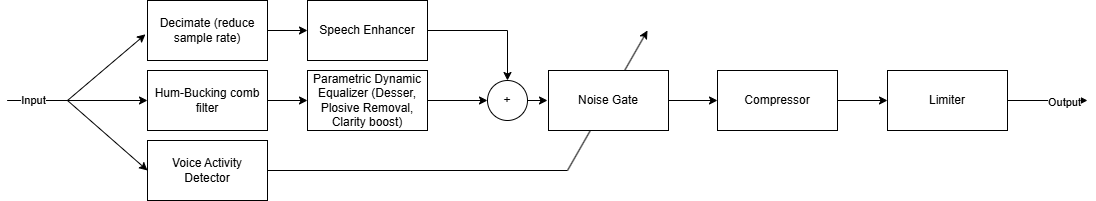
Above: photos/Suite Talk Block Diagram.png in bakerbass/Suite-Talk (draw.io), before the change. Source tidied: cells renumbered, new cells last; positions are measured from the earlier drawing's top-left corner, leaving out a move shared by most shapes.
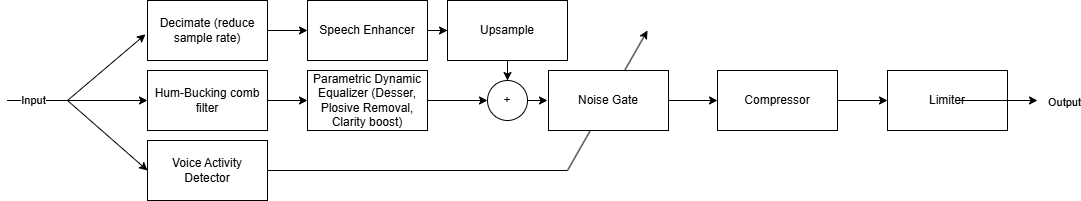
Later version of the same file.

Change to the diagram source:
```diff
@@ -50,9 +50,9 @@
     <mxCell id="11" value="Decimate (reduce sample rate)" style="rounded=0;whiteSpace=wrap;html=1;" parent="1" vertex="1">
       <mxGeometry x="140" width="120" height="60" as="geometry" />
     </mxCell>
-    <mxCell id="12" style="edgeStyle=orthogonalEdgeStyle;rounded=0;jettySize=auto;html=1;exitX=1;exitY=0.5;exitDx=0;exitDy=0;entryX=0.5;entryY=0;entryDx=0;entryDy=0;" parent="1" edge="1" source="13" target="17">
-      <mxGeometry relative="1" as="geometry" />
-    </mxCell>
+    <mxCell id="26" style="edgeStyle=orthogonalEdgeStyle;rounded=0;jettySize=auto;html=1;" parent="1" edge="1" source="13" target="28">
+      <mxGeometry relative="1" as="geometry" />
+    </mxCell>
     <mxCell id="13" value="Speech Enhancer" style="rounded=0;whiteSpace=wrap;html=1;" parent="1" vertex="1">
       <mxGeometry x="300" width="120" height="60" as="geometry" />
     </mxCell>
@@ -62,8 +62,9 @@
     <mxCell id="15" value="Parametric Dynamic Equalizer (Desser, Plosive Removal, Clarity boost)" style="rounded=0;whiteSpace=wrap;html=1;" parent="1" vertex="1">
       <mxGeometry x="300" y="70" width="120" height="60" as="geometry" />
     </mxCell>
-    <mxCell id="16" style="edgeStyle=orthogonalEdgeStyle;rounded=0;jettySize=auto;html=1;" parent="1" edge="1" source="17">
+    <mxCell id="16" style="edgeStyle=orthogonalEdgeStyle;rounded=0;orthogonalLoop=1;jettySize=auto;html=1;" parent="1" edge="1">
       <mxGeometry relative="1" as="geometry">
+        <mxPoint x="520" y="100" as="sourcePoint" />
         <mxPoint x="540" y="100" as="targetPoint" />
       </mxGeometry>
     </mxCell>
@@ -92,12 +93,20 @@
     </mxCell>
     <mxCell id="24" style="endArrow=classic;html=1;rounded=0;" parent="1" edge="1">
       <mxGeometry relative="1" as="geometry">
-        <mxPoint x="1000" y="100" as="sourcePoint" />
-        <mxPoint x="1080" y="100" as="targetPoint" />
+        <mxPoint x="950" y="100" as="sourcePoint" />
+        <mxPoint x="1030" y="100" as="targetPoint" />
       </mxGeometry>
     </mxCell>
     <mxCell id="25" value="Output" style="edgeLabel;html=1;align=center;verticalAlign=middle;" parent="24" vertex="1">
-      <mxGeometry x="0.4" y="-1" relative="1" as="geometry" />
+      <mxGeometry x="0.4" y="-1" relative="1" as="geometry">
+        <mxPoint x="50" as="offset" />
+      </mxGeometry>
     </mxCell>
+    <mxCell id="27" style="edgeStyle=orthogonalEdgeStyle;rounded=0;jettySize=auto;html=1;" parent="1" edge="1" source="28" target="17">
+      <mxGeometry relative="1" as="geometry" />
+    </mxCell>
+    <mxCell id="28" value="Upsample" style="rounded=0;whiteSpace=wrap;html=1;" parent="1" vertex="1">
+      <mxGeometry x="440" width="120" height="60" as="geometry" />
+    </mxCell>
   </root>
 </mxGraphModel>
```
